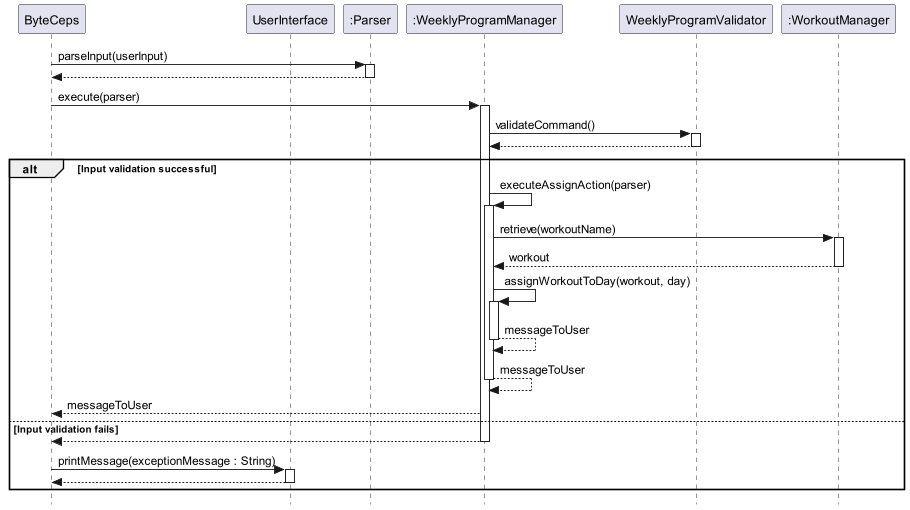
This is docs/diagrams/assignWorkoutToProgram.png from joshualeejunyi/tp, a PlantUML export, as it was before one commit. The source it was exported from:
```plantuml
@startuml SequenceDiagram
skinparam classAttributeIconSize 0
skinparam style strictuml

participant ByteCeps
participant UserInterface
participant ":Parser"
participant ":WeeklyProgramManager"
participant WeeklyProgramValidator
participant ":WorkoutManager"

ByteCeps -> ":Parser": parseInput(userInput)
activate ":Parser"
ByteCeps <-- ":Parser":
deactivate ":Parser"
ByteCeps -> ":WeeklyProgramManager": execute(parser)
activate ":WeeklyProgramManager"
":WeeklyProgramManager" -> WeeklyProgramValidator: validateCommand()

activate WeeklyProgramValidator
":WeeklyProgramManager" <-- WeeklyProgramValidator :
deactivate WeeklyProgramValidator

alt Input validation successful
    ":WeeklyProgramManager" -> ":WeeklyProgramManager": executeAssignAction(parser)
    activate ":WeeklyProgramManager"
    ":WeeklyProgramManager" -> ":WorkoutManager": retrieve(workoutName)
    activate ":WorkoutManager"
    ":WorkoutManager" --> ":WeeklyProgramManager": workout
    deactivate ":WorkoutManager"
    ":WeeklyProgramManager" -> ":WeeklyProgramManager" : assignWorkoutToDay(workout, day)
    activate ":WeeklyProgramManager"
    ":WeeklyProgramManager" --> ":WeeklyProgramManager" : messageToUser
    deactivate ":WeeklyProgramManager"
    ":WeeklyProgramManager" --> ":WeeklyProgramManager": messageToUser
    deactivate ":WeeklyProgramManager"
    ":WeeklyProgramManager" --> ByteCeps : messageToUser

else Input validation fails
    ":WeeklyProgramManager" --> ByteCeps:
    deactivate ":WeeklyProgramManager"
    ByteCeps -> UserInterface: printMessage(exceptionMessage : String)
    activate UserInterface
    UserInterface --> ByteCeps:
    deactivate UserInterface
end
deactivate WeeklyProgramValidator
@enduml
```
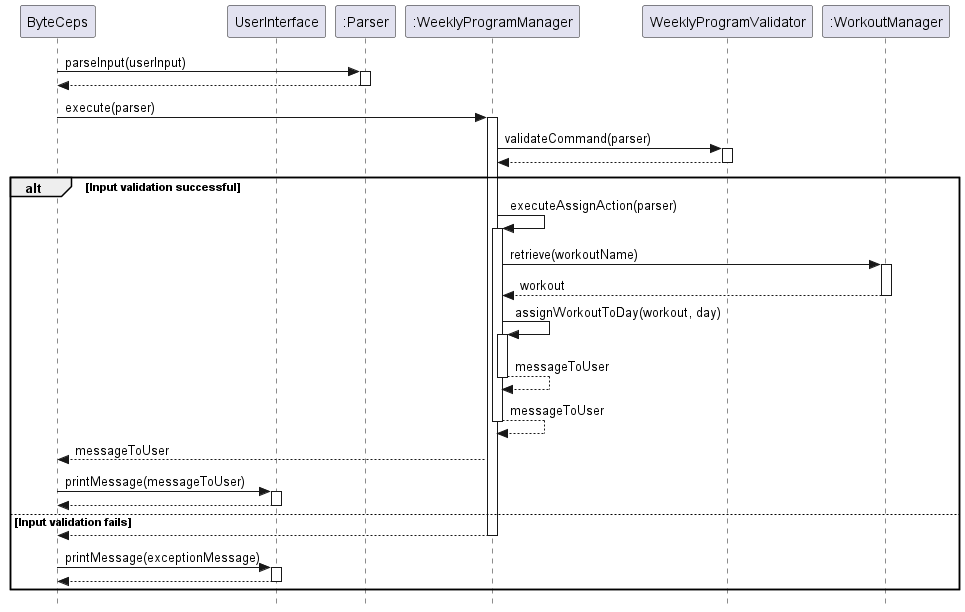
After the commit.

Commit message:
Edit sequence diagrams

Change to the diagram source:
```diff
@@ -15,7 +15,7 @@
 deactivate ":Parser"
 ByteCeps -> ":WeeklyProgramManager": execute(parser)
 activate ":WeeklyProgramManager"
-":WeeklyProgramManager" -> WeeklyProgramValidator: validateCommand()
+":WeeklyProgramManager" -> WeeklyProgramValidator: validateCommand(parser)
 
 activate WeeklyProgramValidator
 ":WeeklyProgramManager" <-- WeeklyProgramValidator :
@@ -35,11 +35,14 @@
     ":WeeklyProgramManager" --> ":WeeklyProgramManager": messageToUser
     deactivate ":WeeklyProgramManager"
     ":WeeklyProgramManager" --> ByteCeps : messageToUser
-
+    ByteCeps -> UserInterface: printMessage(messageToUser)
+    activate UserInterface
+    UserInterface --> ByteCeps :
+    deactivate UserInterface
 else Input validation fails
     ":WeeklyProgramManager" --> ByteCeps:
     deactivate ":WeeklyProgramManager"
-    ByteCeps -> UserInterface: printMessage(exceptionMessage : String)
+    ByteCeps -> UserInterface: printMessage(exceptionMessage)
     activate UserInterface
     UserInterface --> ByteCeps:
     deactivate UserInterface
```
